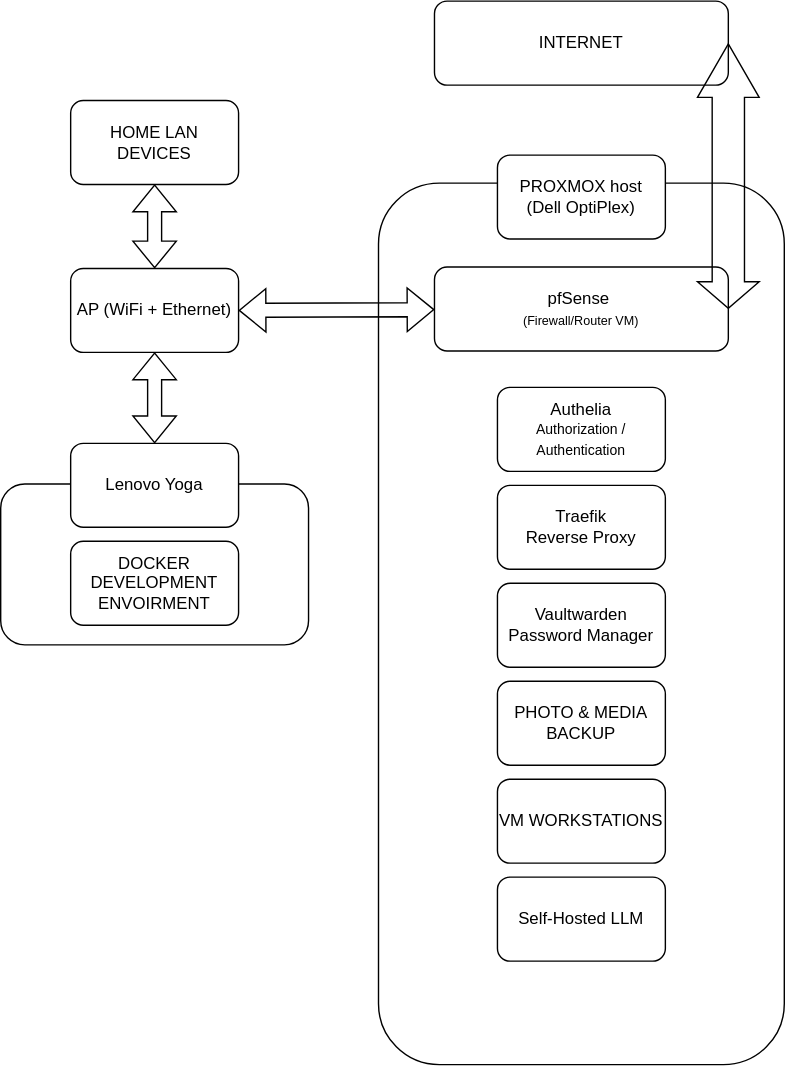
This is Homelab Network Diagram.svg from takijakub/homelab, a draw.io export, as it was before one commit. Source tidied: cells renumbered, new cells last; positions are measured from the earlier drawing's top-left corner, leaving out a move shared by most shapes. Source of this version:
```xml
<mxGraphModel>
  <root>
    <mxCell id="0" />
    <mxCell id="1" parent="0" />
    <mxCell id="2" style="rounded=1;whiteSpace=wrap;html=1;" parent="1" vertex="1">
      <mxGeometry y="345" width="220" height="115" as="geometry" />
    </mxCell>
    <mxCell id="3" value=" " style="rounded=1;whiteSpace=wrap;html=1;fontSize=11;" parent="1" vertex="1">
      <mxGeometry x="270" y="130" width="290" height="630" as="geometry" />
    </mxCell>
    <mxCell id="4" value="Lenovo Yoga" style="rounded=1;whiteSpace=wrap;html=1;" parent="1" vertex="1">
      <mxGeometry x="50" y="316" width="120" height="60" as="geometry" />
    </mxCell>
    <mxCell id="5" value="INTERNET" style="rounded=1;whiteSpace=wrap;html=1;" parent="1" vertex="1">
      <mxGeometry x="310" width="210" height="60" as="geometry" />
    </mxCell>
    <mxCell id="6" value="pfSense&amp;nbsp;&lt;br&gt;&lt;font style=&quot;font-size: 9px;&quot;&gt;(Firewall/Router VM)&lt;/font&gt;" style="rounded=1;whiteSpace=wrap;html=1;" parent="1" vertex="1">
      <mxGeometry x="310" y="190" width="210" height="60" as="geometry" />
    </mxCell>
    <mxCell id="7" value="&lt;div align=&quot;center&quot;&gt;Traefik&lt;/div&gt;&lt;div align=&quot;center&quot;&gt;Reverse Proxy&lt;/div&gt;" style="rounded=1;whiteSpace=wrap;html=1;align=center;" parent="1" vertex="1">
      <mxGeometry x="355" y="346" width="120" height="60" as="geometry" />
    </mxCell>
    <mxCell id="8" value="Authelia&lt;br&gt;  &lt;font style=&quot;font-size: 10px;&quot;&gt;Authorization / Authentication&lt;/font&gt;" style="rounded=1;whiteSpace=wrap;html=1;" parent="1" vertex="1">
      <mxGeometry x="355" y="276" width="120" height="60" as="geometry" />
    </mxCell>
    <mxCell id="9" value="PHOTO &amp;amp; MEDIA BACKUP" style="rounded=1;whiteSpace=wrap;html=1;" parent="1" vertex="1">
      <mxGeometry x="355" y="486" width="120" height="60" as="geometry" />
    </mxCell>
    <mxCell id="10" value="&lt;div&gt;Vaultwarden&lt;/div&gt;&lt;div&gt;Password Manager&lt;/div&gt;" style="rounded=1;whiteSpace=wrap;html=1;" parent="1" vertex="1">
      <mxGeometry x="355" y="416" width="120" height="60" as="geometry" />
    </mxCell>
    <mxCell id="11" value="&lt;div&gt;PROXMOX host&lt;/div&gt;&lt;div&gt;(Dell OptiPlex)&lt;/div&gt;" style="rounded=1;whiteSpace=wrap;html=1;" parent="1" vertex="1">
      <mxGeometry x="355" y="110" width="120" height="60" as="geometry" />
    </mxCell>
    <mxCell id="12" value="Self-Hosted LLM" style="rounded=1;whiteSpace=wrap;html=1;" parent="1" vertex="1">
      <mxGeometry x="355" y="626" width="120" height="60" as="geometry" />
    </mxCell>
    <mxCell id="13" value="AP (WiFi + Ethernet)" style="rounded=1;whiteSpace=wrap;html=1;" parent="1" vertex="1">
      <mxGeometry x="50" y="191" width="120" height="60" as="geometry" />
    </mxCell>
    <mxCell id="14" value="HOME LAN DEVICES" style="rounded=1;whiteSpace=wrap;html=1;" parent="1" vertex="1">
      <mxGeometry x="50" y="71" width="120" height="60" as="geometry" />
    </mxCell>
    <mxCell id="15" style="shape=flexArrow;endArrow=classic;startArrow=classic;html=1;rounded=0;curved=1;entryX=0.5;entryY=1;entryDx=0;entryDy=0;exitX=0.5;exitY=0;exitDx=0;exitDy=0;" parent="1" edge="1" source="13" target="14">
      <mxGeometry relative="1" as="geometry" />
    </mxCell>
    <mxCell id="16" style="edgeStyle=orthogonalEdgeStyle;curved=1;rounded=0;orthogonalLoop=1;jettySize=auto;html=1;exitX=0.5;exitY=1;exitDx=0;exitDy=0;" parent="1" edge="1" source="3" target="3">
      <mxGeometry relative="1" as="geometry" />
    </mxCell>
    <mxCell id="17" value="VM WORKSTATIONS" style="rounded=1;whiteSpace=wrap;html=1;" parent="1" vertex="1">
      <mxGeometry x="355" y="556" width="120" height="60" as="geometry" />
    </mxCell>
    <mxCell id="18" style="shape=flexArrow;endArrow=classic;startArrow=classic;html=1;rounded=0;curved=1;exitX=1;exitY=0.5;exitDx=0;exitDy=0;entryX=1;entryY=0.5;entryDx=0;entryDy=0;width=23.076923076923077;startSize=12.415384615384616;" parent="1" edge="1" source="5" target="6">
      <mxGeometry relative="1" as="geometry" />
    </mxCell>
    <mxCell id="19" style="shape=flexArrow;endArrow=classic;startArrow=classic;html=1;rounded=0;" parent="1" edge="1" source="4" target="13">
      <mxGeometry relative="1" as="geometry" />
    </mxCell>
    <mxCell id="20" value="&lt;div&gt;DOCKER&lt;/div&gt;&lt;div&gt;DEVELOPMENT ENVOIRMENT&lt;/div&gt;" style="rounded=1;whiteSpace=wrap;html=1;" parent="1" vertex="1">
      <mxGeometry x="50" y="386" width="120" height="60" as="geometry" />
    </mxCell>
    <mxCell id="21" style="shape=flexArrow;endArrow=classic;startArrow=classic;html=1;rounded=0;entryX=1;entryY=0.5;entryDx=0;entryDy=0;" parent="1" edge="1" source="6" target="13">
      <mxGeometry relative="1" as="geometry" />
    </mxCell>
  </root>
</mxGraphModel>
```
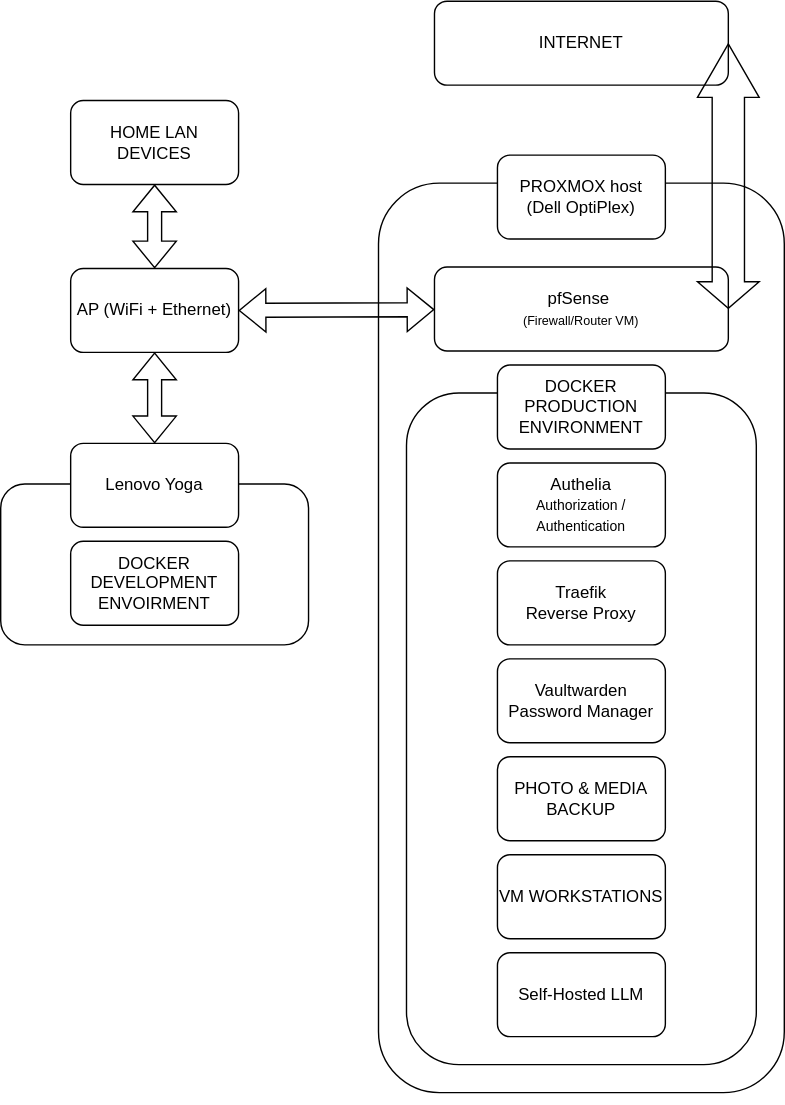
After the change.

What changed in the source:
```diff
@@ -6,8 +6,11 @@
       <mxGeometry y="345" width="220" height="115" as="geometry" />
     </mxCell>
     <mxCell id="3" value=" " style="rounded=1;whiteSpace=wrap;html=1;fontSize=11;" parent="1" vertex="1">
-      <mxGeometry x="270" y="130" width="290" height="630" as="geometry" />
+      <mxGeometry x="270" y="130" width="290" height="650" as="geometry" />
     </mxCell>
+    <mxCell id="22" style="rounded=1;whiteSpace=wrap;html=1;" parent="1" vertex="1">
+      <mxGeometry x="290" y="280" width="250" height="480" as="geometry" />
+    </mxCell>
     <mxCell id="4" value="Lenovo Yoga" style="rounded=1;whiteSpace=wrap;html=1;" parent="1" vertex="1">
       <mxGeometry x="50" y="316" width="120" height="60" as="geometry" />
     </mxCell>
@@ -18,22 +21,22 @@
       <mxGeometry x="310" y="190" width="210" height="60" as="geometry" />
     </mxCell>
     <mxCell id="7" value="&lt;div align=&quot;center&quot;&gt;Traefik&lt;/div&gt;&lt;div align=&quot;center&quot;&gt;Reverse Proxy&lt;/div&gt;" style="rounded=1;whiteSpace=wrap;html=1;align=center;" parent="1" vertex="1">
-      <mxGeometry x="355" y="346" width="120" height="60" as="geometry" />
+      <mxGeometry x="355" y="400" width="120" height="60" as="geometry" />
     </mxCell>
     <mxCell id="8" value="Authelia&lt;br&gt;  &lt;font style=&quot;font-size: 10px;&quot;&gt;Authorization / Authentication&lt;/font&gt;" style="rounded=1;whiteSpace=wrap;html=1;" parent="1" vertex="1">
-      <mxGeometry x="355" y="276" width="120" height="60" as="geometry" />
+      <mxGeometry x="355" y="330" width="120" height="60" as="geometry" />
     </mxCell>
     <mxCell id="9" value="PHOTO &amp;amp; MEDIA BACKUP" style="rounded=1;whiteSpace=wrap;html=1;" parent="1" vertex="1">
-      <mxGeometry x="355" y="486" width="120" height="60" as="geometry" />
+      <mxGeometry x="355" y="540" width="120" height="60" as="geometry" />
     </mxCell>
     <mxCell id="10" value="&lt;div&gt;Vaultwarden&lt;/div&gt;&lt;div&gt;Password Manager&lt;/div&gt;" style="rounded=1;whiteSpace=wrap;html=1;" parent="1" vertex="1">
-      <mxGeometry x="355" y="416" width="120" height="60" as="geometry" />
+      <mxGeometry x="355" y="470" width="120" height="60" as="geometry" />
     </mxCell>
     <mxCell id="11" value="&lt;div&gt;PROXMOX host&lt;/div&gt;&lt;div&gt;(Dell OptiPlex)&lt;/div&gt;" style="rounded=1;whiteSpace=wrap;html=1;" parent="1" vertex="1">
       <mxGeometry x="355" y="110" width="120" height="60" as="geometry" />
     </mxCell>
     <mxCell id="12" value="Self-Hosted LLM" style="rounded=1;whiteSpace=wrap;html=1;" parent="1" vertex="1">
-      <mxGeometry x="355" y="626" width="120" height="60" as="geometry" />
+      <mxGeometry x="355" y="680" width="120" height="60" as="geometry" />
     </mxCell>
     <mxCell id="13" value="AP (WiFi + Ethernet)" style="rounded=1;whiteSpace=wrap;html=1;" parent="1" vertex="1">
       <mxGeometry x="50" y="191" width="120" height="60" as="geometry" />
@@ -48,7 +51,7 @@
       <mxGeometry relative="1" as="geometry" />
     </mxCell>
     <mxCell id="17" value="VM WORKSTATIONS" style="rounded=1;whiteSpace=wrap;html=1;" parent="1" vertex="1">
-      <mxGeometry x="355" y="556" width="120" height="60" as="geometry" />
+      <mxGeometry x="355" y="610" width="120" height="60" as="geometry" />
     </mxCell>
     <mxCell id="18" style="shape=flexArrow;endArrow=classic;startArrow=classic;html=1;rounded=0;curved=1;exitX=1;exitY=0.5;exitDx=0;exitDy=0;entryX=1;entryY=0.5;entryDx=0;entryDy=0;width=23.076923076923077;startSize=12.415384615384616;" parent="1" edge="1" source="5" target="6">
       <mxGeometry relative="1" as="geometry" />
@@ -62,5 +65,11 @@
     <mxCell id="21" style="shape=flexArrow;endArrow=classic;startArrow=classic;html=1;rounded=0;entryX=1;entryY=0.5;entryDx=0;entryDy=0;" parent="1" edge="1" source="6" target="13">
       <mxGeometry relative="1" as="geometry" />
     </mxCell>
+    <mxCell id="23" value="DOCKER PRODUCTION ENVIRONMENT" style="rounded=1;whiteSpace=wrap;html=1;" parent="1" vertex="1">
+      <mxGeometry x="355" y="260" width="120" height="60" as="geometry" />
+    </mxCell>
+    <mxCell id="24" style="edgeStyle=orthogonalEdgeStyle;rounded=0;orthogonalLoop=1;jettySize=auto;html=1;exitX=0.5;exitY=1;exitDx=0;exitDy=0;" parent="1" edge="1" source="3" target="3">
+      <mxGeometry relative="1" as="geometry" />
+    </mxCell>
   </root>
 </mxGraphModel>
```
